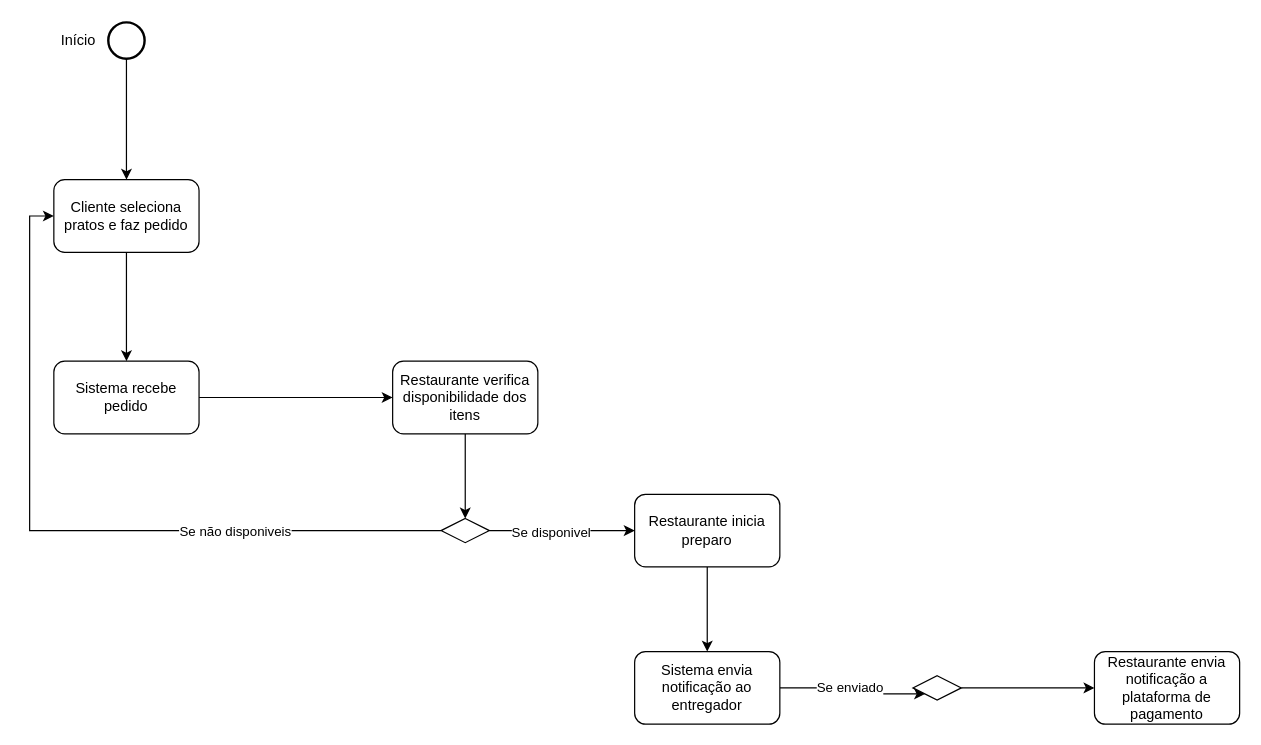
The draw.io diagram Diagrama de atividades.drawio in Krittz/IFTM-ADS, before the edit. Source tidied: cells renumbered, new cells numbered last; positions are measured from the earlier drawing's top-left corner, leaving out a move shared by most shapes. Both pictures are drawn from the tidied source at 121%, with x=0, y=0 at pixel (47, 22).
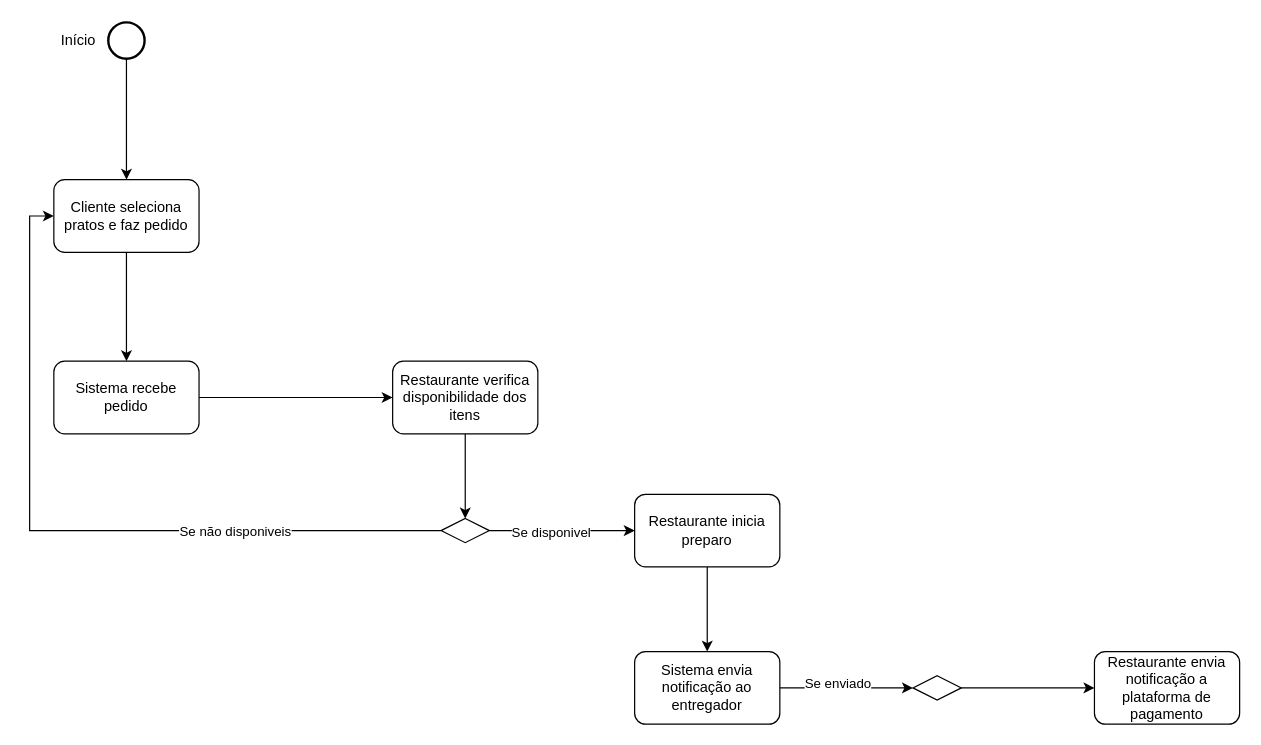
Above is the later version.

The change refers to these unchanged cells:
```xml
<mxCell id="20" value="Sistema envia notificação ao entregador" style="rounded=1;whiteSpace=wrap;html=1;" parent="1" vertex="1">
  <mxGeometry x="485" y="520" width="120" height="60" as="geometry" />
</mxCell>
<mxCell id="23" style="rhombus;whiteSpace=wrap;html=1;" parent="1" vertex="1">
  <mxGeometry x="715" y="540" width="40" height="20" as="geometry" />
</mxCell>
```

The edit, as a diff of the source:
```diff
@@
-    <mxCell id="18" style="edgeStyle=orthogonalEdgeStyle;rounded=0;jettySize=auto;html=1;entryX=0;entryY=1;entryDx=0;entryDy=0;" parent="1" edge="1" source="20" target="23">
+    <mxCell id="18" style="edgeStyle=orthogonalEdgeStyle;rounded=0;jettySize=auto;html=1;entryX=0;entryY=0.5;entryDx=0;entryDy=0;" parent="1" edge="1" source="20" target="23">
       <mxGeometry relative="1" as="geometry" />
     </mxCell>
```
